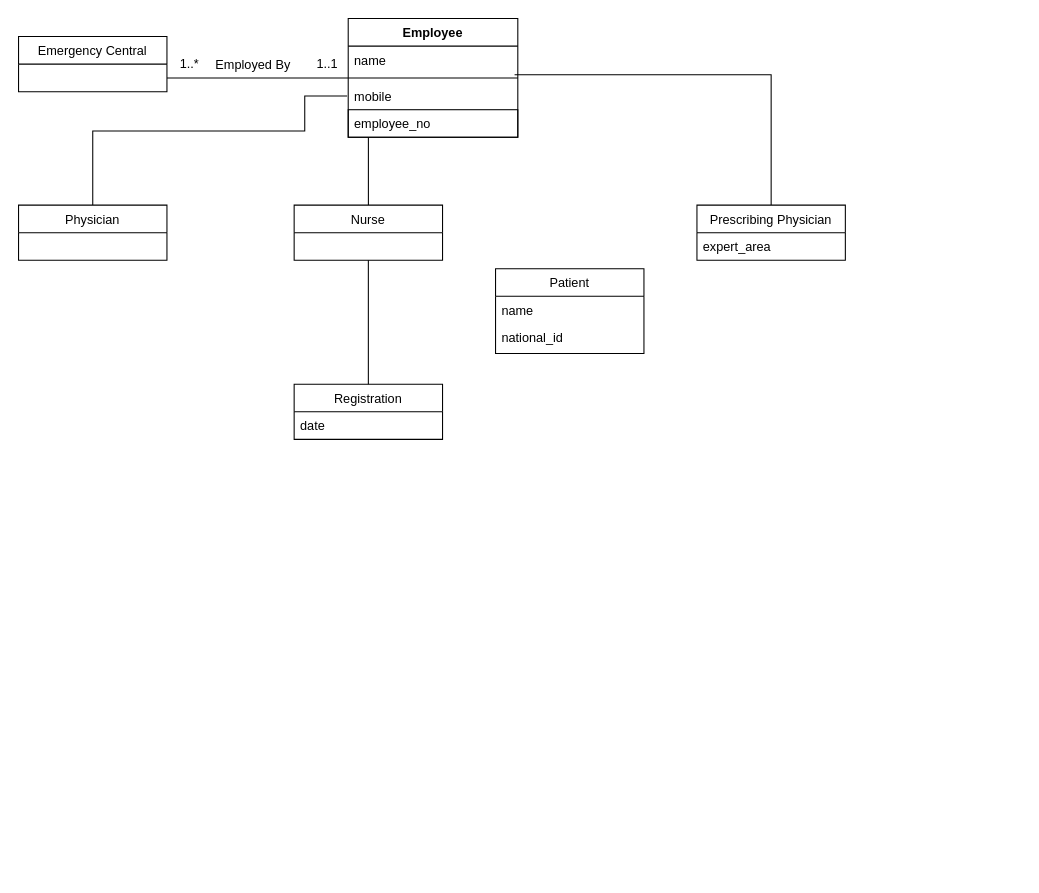
kestersimm/drawio keeps this draw.io diagram as mod-t-2.drawio. Above is the earlier version. Source tidied: cells renumbered, new cells numbered last; positions are measured from the earlier drawing's top-left corner, leaving out a move shared by most shapes. Both pictures are drawn from the tidied source at 106%, with x=0, y=0 at pixel (18, 18).
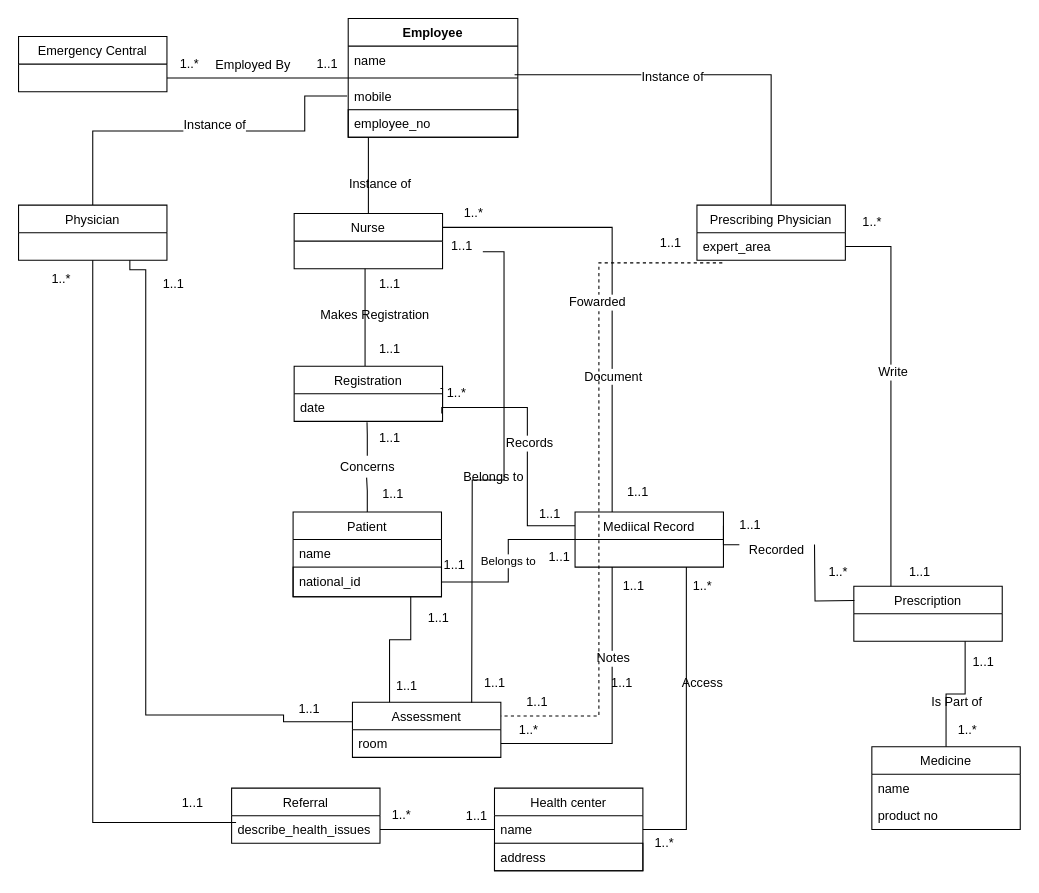
Above is the later version.

Unchanged cells that the change refers to:
```xml
<mxCell id="12" style="edgeStyle=orthogonalEdgeStyle;rounded=0;jettySize=auto;html=1;endArrow=none;endFill=0;" parent="1" edge="1" source="13">
  <mxGeometry relative="1" as="geometry">
    <mxPoint x="310" y="73" as="targetPoint" />
    <Array as="points">
      <mxPoint x="70" y="106" />
      <mxPoint x="270" y="106" />
      <mxPoint x="270" y="73" />
    </Array>
  </mxGeometry>
</mxCell>
<mxCell id="13" value="Physician" style="swimlane;fontStyle=0;horizontal=1;startSize=26;fillColor=none;strokeColor=#000000;" parent="1" vertex="1">
  <mxGeometry y="176" width="140" height="52" as="geometry" />
</mxCell>
<mxCell id="17" style="edgeStyle=orthogonalEdgeStyle;rounded=0;jettySize=auto;html=1;exitX=0.5;exitY=0;exitDx=0;exitDy=0;entryX=0.981;entryY=-0.269;entryDx=0;entryDy=0;endArrow=none;endFill=0;entryPerimeter=0;" parent="1" edge="1" source="18" target="6">
  <mxGeometry relative="1" as="geometry" />
</mxCell>
<mxCell id="19" value="expert_area" style="text;strokeColor=none;fillColor=none;align=left;verticalAlign=top;spacingLeft=4;spacingRight=4;overflow=hidden;points=[[0,0.5],[1,0.5]];portConstraint=eastwest;" parent="18" vertex="1">
  <mxGeometry y="26" width="140" height="26" as="geometry" />
</mxCell>
<mxCell id="21" value="date" style="text;strokeColor=none;fillColor=none;align=left;verticalAlign=top;spacingLeft=4;spacingRight=4;overflow=hidden;points=[[0,0.5],[1,0.5]];portConstraint=eastwest;" parent="20" vertex="1">
  <mxGeometry y="26" width="140" height="26" as="geometry" />
</mxCell>
```

What changed in the source:
```diff
@@
+    <mxCell id="25" value="Instance of" style="text;html=1;align=center;verticalAlign=middle;labelBackgroundColor=#ffffff;" parent="12" vertex="1">
+      <mxGeometry x="0.07" y="6" relative="1" as="geometry" />
+    </mxCell>
+    <mxCell id="26" style="edgeStyle=orthogonalEdgeStyle;rounded=0;jettySize=auto;html=1;exitX=0.75;exitY=1;exitDx=0;exitDy=0;entryX=0;entryY=0.5;entryDx=0;entryDy=0;endArrow=none;endFill=0;" parent="1" edge="1" source="13">
+      <mxGeometry relative="1" as="geometry">
+        <mxPoint x="314.6" y="663.4" as="targetPoint" />
+        <Array as="points">
+          <mxPoint x="105" y="237" />
+          <mxPoint x="120" y="237" />
+          <mxPoint x="120" y="657" />
+          <mxPoint x="250" y="657" />
+          <mxPoint x="250" y="663" />
+        </Array>
+      </mxGeometry>
+    </mxCell>
+    <mxCell id="27" value="1..1" style="text;html=1;align=center;verticalAlign=middle;labelBackgroundColor=#ffffff;" parent="26" vertex="1">
+      <mxGeometry x="0.84" y="8" relative="1" as="geometry">
+        <mxPoint x="11" y="-4" as="offset" />
+      </mxGeometry>
+    </mxCell>
+    <mxCell id="28" style="edgeStyle=orthogonalEdgeStyle;rounded=0;jettySize=auto;html=1;exitX=0.5;exitY=1;exitDx=0;exitDy=0;entryX=0.03;entryY=0.247;entryDx=0;entryDy=0;entryPerimeter=0;endArrow=none;endFill=0;" parent="1" edge="1" source="13" target="50">
+      <mxGeometry relative="1" as="geometry" />
+    </mxCell>
@@
-    <mxCell id="15" style="edgeStyle=orthogonalEdgeStyle;rounded=0;jettySize=auto;html=1;exitX=0.5;exitY=1;exitDx=0;exitDy=0;entryX=0.5;entryY=0;entryDx=0;entryDy=0;endArrow=none;endFill=0;" parent="1" edge="1" source="16" target="20">
-      <mxGeometry relative="1" as="geometry" />
+    <mxCell id="15" style="edgeStyle=orthogonalEdgeStyle;rounded=0;orthogonalLoop=1;jettySize=auto;html=1;exitX=0.5;exitY=1;exitDx=0;exitDy=0;entryX=0.5;entryY=0;entryDx=0;entryDy=0;endArrow=none;endFill=0;" parent="1" edge="1">
+      <mxGeometry relative="1" as="geometry">
+        <mxPoint x="326.9" y="236.1" as="sourcePoint" />
+        <mxPoint x="326.9" y="327.8" as="targetPoint" />
+      </mxGeometry>
     </mxCell>
+    <mxCell id="29" style="edgeStyle=orthogonalEdgeStyle;rounded=0;jettySize=auto;html=1;exitX=1;exitY=0.75;exitDx=0;exitDy=0;entryX=0.75;entryY=0;entryDx=0;entryDy=0;endArrow=none;endFill=0;" parent="1" edge="1" source="68">
+      <mxGeometry relative="1" as="geometry">
+        <mxPoint x="427.5" y="645.5" as="targetPoint" />
+      </mxGeometry>
+    </mxCell>
+    <mxCell id="30" style="edgeStyle=orthogonalEdgeStyle;rounded=0;jettySize=auto;html=1;exitX=1;exitY=0.25;exitDx=0;exitDy=0;entryX=0.25;entryY=0;entryDx=0;entryDy=0;endArrow=none;endFill=0;" parent="1" edge="1" source="16" target="58">
+      <mxGeometry relative="1" as="geometry" />
+    </mxCell>
+    <mxCell id="31" value="Document" style="text;html=1;align=center;verticalAlign=middle;labelBackgroundColor=#ffffff;" parent="30" vertex="1">
+      <mxGeometry x="0.4" relative="1" as="geometry" />
+    </mxCell>
     <mxCell id="16" value="Nurse" style="swimlane;fontStyle=0;horizontal=1;startSize=26;fillColor=none;strokeColor=#000000;" parent="1" vertex="1">
-      <mxGeometry x="260" y="176" width="140" height="52" as="geometry" />
+      <mxGeometry x="260" y="184" width="140" height="52" as="geometry" />
     </mxCell>
@@
+    <mxCell id="32" value="Instance of" style="text;html=1;align=center;verticalAlign=middle;labelBackgroundColor=#ffffff;" parent="17" vertex="1">
+      <mxGeometry x="0.19" y="1" relative="1" as="geometry" />
+    </mxCell>
@@
     <mxCell id="20" value="Registration" style="swimlane;fontStyle=0;horizontal=1;startSize=26;fillColor=none;" parent="1" vertex="1">
-      <mxGeometry x="260" y="345" width="140" height="52" as="geometry" />
+      <mxGeometry x="260" y="328" width="140" height="52" as="geometry" />
     </mxCell>
@@
+    <mxCell id="33" style="edgeStyle=orthogonalEdgeStyle;rounded=0;jettySize=auto;html=1;entryX=0.491;entryY=1.029;entryDx=0;entryDy=0;entryPerimeter=0;endArrow=none;endFill=0;" parent="1" edge="1" source="37" target="21">
+      <mxGeometry relative="1" as="geometry" />
+    </mxCell>
     <mxCell id="22" value="Patient" style="swimlane;fontStyle=0;horizontal=1;startSize=26;fillColor=none;" parent="1" vertex="1">
-      <mxGeometry x="450" y="236" width="140" height="80" as="geometry" />
+      <mxGeometry x="259" y="465.5" width="140" height="80" as="geometry" />
     </mxCell>
@@
-    <mxCell id="24" value="national_id" style="text;strokeColor=none;fillColor=none;align=left;verticalAlign=top;spacingLeft=4;spacingRight=4;overflow=hidden;points=[[0,0.5],[1,0.5]];portConstraint=eastwest;" parent="22" vertex="1">
+    <mxCell id="24" value="national_id" style="text;strokeColor=#000000;fillColor=none;align=left;verticalAlign=top;spacingLeft=4;spacingRight=4;overflow=hidden;points=[[0,0.5],[1,0.5]];portConstraint=eastwest;" parent="22" vertex="1">
       <mxGeometry y="52" width="140" height="28" as="geometry" />
     </mxCell>
+    <mxCell id="34" value="Makes Registration" style="text;html=1;align=center;verticalAlign=middle;" parent="1" vertex="1">
+      <mxGeometry x="276" y="270" width="120" height="20" as="geometry" />
+    </mxCell>
+    <mxCell id="35" value="1..1" style="text;html=1;align=center;verticalAlign=middle;" parent="1" vertex="1">
+      <mxGeometry x="330" y="302" width="40" height="20" as="geometry" />
+    </mxCell>
+    <mxCell id="36" value="1..1" style="text;html=1;align=center;verticalAlign=middle;" parent="1" vertex="1">
+      <mxGeometry x="330" y="241" width="40" height="20" as="geometry" />
+    </mxCell>
+    <mxCell id="37" value="Concerns" style="text;html=1;align=center;verticalAlign=middle;points=[];" parent="1" vertex="1">
+      <mxGeometry x="294" y="412.5" width="70" height="20" as="geometry" />
+    </mxCell>
+    <mxCell id="38" style="edgeStyle=orthogonalEdgeStyle;rounded=0;jettySize=auto;html=1;entryX=0.491;entryY=1.029;entryDx=0;entryDy=0;entryPerimeter=0;endArrow=none;endFill=0;" parent="1" edge="1" source="22" target="37">
+      <mxGeometry relative="1" as="geometry" />
+    </mxCell>
+    <mxCell id="39" value="1..1" style="text;html=1;align=center;verticalAlign=middle;" parent="1" vertex="1">
+      <mxGeometry x="330" y="386" width="40" height="20" as="geometry" />
+    </mxCell>
+    <mxCell id="40" value="1..1" style="text;html=1;align=center;verticalAlign=middle;" parent="1" vertex="1">
+      <mxGeometry x="333" y="439" width="40" height="20" as="geometry" />
+    </mxCell>
+    <mxCell id="41" style="edgeStyle=orthogonalEdgeStyle;rounded=0;jettySize=auto;html=1;exitX=0.25;exitY=0;exitDx=0;exitDy=0;endArrow=none;endFill=0;" parent="1" edge="1" source="43" target="24">
+      <mxGeometry relative="1" as="geometry">
+        <Array as="points">
+          <mxPoint x="370" y="586" />
+        </Array>
+      </mxGeometry>
+    </mxCell>
+    <mxCell id="42" value="1..1" style="text;html=1;align=center;verticalAlign=middle;labelBackgroundColor=#ffffff;" parent="41" vertex="1">
+      <mxGeometry x="0.02" y="-34" relative="1" as="geometry">
+        <mxPoint x="13" y="9" as="offset" />
+      </mxGeometry>
+    </mxCell>
+    <mxCell id="43" value="Assessment" style="swimlane;fontStyle=0;horizontal=1;startSize=26;fillColor=none;" parent="1" vertex="1">
+      <mxGeometry x="315" y="645" width="140" height="52" as="geometry" />
+    </mxCell>
+    <mxCell id="44" value="room" style="text;strokeColor=none;fillColor=none;align=left;verticalAlign=top;spacingLeft=4;spacingRight=4;overflow=hidden;points=[[0,0.5],[1,0.5]];portConstraint=eastwest;" parent="43" vertex="1">
+      <mxGeometry y="26" width="140" height="26" as="geometry" />
+    </mxCell>
+    <mxCell id="45" value="1..1" style="text;html=1;align=center;verticalAlign=middle;" parent="1" vertex="1">
+      <mxGeometry x="429" y="617" width="40" height="20" as="geometry" />
+    </mxCell>
+    <mxCell id="46" value="1..1" style="text;html=1;align=center;verticalAlign=middle;" parent="1" vertex="1">
+      <mxGeometry x="549" y="617" width="40" height="20" as="geometry" />
+    </mxCell>
+    <mxCell id="47" value="1..1" style="text;html=1;align=center;verticalAlign=middle;" parent="1" vertex="1">
+      <mxGeometry x="376" y="556" width="40" height="20" as="geometry" />
+    </mxCell>
+    <mxCell id="48" value="1..1" style="text;html=1;align=center;verticalAlign=middle;" parent="1" vertex="1">
+      <mxGeometry x="126" y="241" width="40" height="20" as="geometry" />
+    </mxCell>
+    <mxCell id="49" value="Referral" style="swimlane;fontStyle=0;horizontal=1;startSize=26;fillColor=none;" parent="1" vertex="1">
+      <mxGeometry x="201" y="726" width="140" height="52" as="geometry" />
+    </mxCell>
+    <mxCell id="50" value="describe_health_issues" style="text;strokeColor=none;fillColor=none;align=left;verticalAlign=top;spacingLeft=4;spacingRight=4;overflow=hidden;points=[[0,0.5],[1,0.5]];portConstraint=eastwest;" parent="49" vertex="1">
+      <mxGeometry y="26" width="140" height="26" as="geometry" />
+    </mxCell>
+    <mxCell id="51" value="1..*" style="text;html=1;align=center;verticalAlign=middle;" parent="1" vertex="1">
+      <mxGeometry x="25" y="236" width="30" height="20" as="geometry" />
+    </mxCell>
+    <mxCell id="52" value="1..1" style="text;html=1;align=center;verticalAlign=middle;" parent="1" vertex="1">
+      <mxGeometry x="144" y="730" width="40" height="20" as="geometry" />
+    </mxCell>
+    <mxCell id="53" value="Health center" style="swimlane;fontStyle=0;horizontal=1;startSize=26;fillColor=none;" parent="1" vertex="1">
+      <mxGeometry x="449" y="726" width="140" height="78" as="geometry" />
+    </mxCell>
+    <mxCell id="54" value="name" style="text;strokeColor=none;fillColor=none;align=left;verticalAlign=top;spacingLeft=4;spacingRight=4;overflow=hidden;points=[[0,0.5],[1,0.5]];portConstraint=eastwest;" parent="53" vertex="1">
+      <mxGeometry y="26" width="140" height="26" as="geometry" />
+    </mxCell>
+    <mxCell id="55" value="address" style="text;strokeColor=#000000;fillColor=none;align=left;verticalAlign=top;spacingLeft=4;spacingRight=4;overflow=hidden;" parent="53" vertex="1">
+      <mxGeometry y="52" width="140" height="26" as="geometry" />
+    </mxCell>
+    <mxCell id="56" style="edgeStyle=orthogonalEdgeStyle;rounded=0;jettySize=auto;html=1;exitX=0;exitY=0.25;exitDx=0;exitDy=0;entryX=1;entryY=0.5;entryDx=0;entryDy=0;endArrow=none;endFill=0;" parent="1" edge="1" source="63" target="21">
+      <mxGeometry relative="1" as="geometry" />
+    </mxCell>
+    <mxCell id="57" style="edgeStyle=orthogonalEdgeStyle;rounded=0;jettySize=auto;html=1;exitX=0.75;exitY=1;exitDx=0;exitDy=0;entryX=1;entryY=0.5;entryDx=0;entryDy=0;endArrow=none;endFill=0;" parent="1" edge="1" source="58" target="54">
+      <mxGeometry relative="1" as="geometry" />
+    </mxCell>
+    <mxCell id="58" value="Mediical Record" style="swimlane;fontStyle=0;horizontal=1;startSize=26;fillColor=none;" parent="1" vertex="1">
+      <mxGeometry x="525" y="465.5" width="140" height="52" as="geometry" />
+    </mxCell>
+    <mxCell id="59" style="edgeStyle=orthogonalEdgeStyle;rounded=0;jettySize=auto;html=1;endArrow=none;endFill=0;entryX=0.25;entryY=1;entryDx=0;entryDy=0;" parent="1" edge="1" source="44" target="58">
+      <mxGeometry relative="1" as="geometry" />
+    </mxCell>
+    <mxCell id="60" value="Notes" style="text;html=1;align=center;verticalAlign=middle;labelBackgroundColor=#ffffff;" parent="59" vertex="1">
+      <mxGeometry x="0.37" y="-11" relative="1" as="geometry">
+        <mxPoint x="-11" as="offset" />
+      </mxGeometry>
+    </mxCell>
+    <mxCell id="61" value="Belongs to" style="text;html=1;align=center;verticalAlign=middle;" parent="1" vertex="1">
+      <mxGeometry x="413" y="422.5" width="70" height="20" as="geometry" />
+    </mxCell>
+    <mxCell id="62" value="1..1" style="text;html=1;align=center;verticalAlign=middle;" parent="1" vertex="1">
+      <mxGeometry x="481" y="458" width="40" height="20" as="geometry" />
+    </mxCell>
+    <mxCell id="63" value="1..*" style="text;html=1;align=center;verticalAlign=middle;points=[];" parent="1" vertex="1">
+      <mxGeometry x="398" y="344" width="30" height="20" as="geometry" />
+    </mxCell>
+    <mxCell id="64" style="edgeStyle=orthogonalEdgeStyle;rounded=0;jettySize=auto;html=1;exitX=0;exitY=0.25;exitDx=0;exitDy=0;entryX=0.043;entryY=1.426;entryDx=0;entryDy=0;endArrow=none;endFill=0;entryPerimeter=0;" parent="1" edge="1" source="58" target="63">
+      <mxGeometry relative="1" as="geometry">
+        <Array as="points">
+          <mxPoint x="480" y="478" />
+          <mxPoint x="480" y="367" />
+          <mxPoint x="399" y="367" />
+        </Array>
+      </mxGeometry>
+    </mxCell>
+    <mxCell id="65" value="Records" style="text;html=1;align=center;verticalAlign=middle;labelBackgroundColor=#ffffff;" parent="64" vertex="1">
+      <mxGeometry x="0.01" y="-1" relative="1" as="geometry" />
+    </mxCell>
+    <mxCell id="66" value="1..*" style="text;html=1;align=center;verticalAlign=middle;" parent="1" vertex="1">
+      <mxGeometry x="466" y="661" width="30" height="20" as="geometry" />
+    </mxCell>
+    <mxCell id="67" value="1..1" style="text;html=1;align=center;verticalAlign=middle;" parent="1" vertex="1">
+      <mxGeometry x="560" y="525.5" width="40" height="20" as="geometry" />
+    </mxCell>
+    <mxCell id="68" value="1..1" style="text;html=1;align=center;verticalAlign=middle;points=[];" parent="1" vertex="1">
+      <mxGeometry x="398" y="205" width="40" height="20" as="geometry" />
+    </mxCell>
+    <mxCell id="69" value="1..*" style="text;html=1;align=center;verticalAlign=middle;" parent="1" vertex="1">
+      <mxGeometry x="414" y="174" width="30" height="20" as="geometry" />
+    </mxCell>
+    <mxCell id="70" value="1..1" style="text;html=1;align=center;verticalAlign=middle;" parent="1" vertex="1">
+      <mxGeometry x="564" y="437" width="40" height="20" as="geometry" />
+    </mxCell>
+    <mxCell id="71" style="edgeStyle=orthogonalEdgeStyle;rounded=0;jettySize=auto;html=1;entryX=0;entryY=0.5;entryDx=0;entryDy=0;endArrow=none;endFill=0;" parent="1" edge="1" source="50" target="54">
+      <mxGeometry relative="1" as="geometry" />
+    </mxCell>
+    <mxCell id="72" value="1..*" style="text;html=1;align=center;verticalAlign=middle;" parent="1" vertex="1">
+      <mxGeometry x="346" y="742" width="30" height="20" as="geometry" />
+    </mxCell>
+    <mxCell id="73" value="1..1" style="text;html=1;align=center;verticalAlign=middle;" parent="1" vertex="1">
+      <mxGeometry x="412" y="743" width="40" height="20" as="geometry" />
+    </mxCell>
+    <mxCell id="74" value="Access" style="text;html=1;align=center;verticalAlign=middle;" parent="1" vertex="1">
+      <mxGeometry x="620" y="617" width="50" height="20" as="geometry" />
+    </mxCell>
+    <mxCell id="75" value="1..*" style="text;html=1;align=center;verticalAlign=middle;" parent="1" vertex="1">
+      <mxGeometry x="630" y="525.5" width="30" height="20" as="geometry" />
+    </mxCell>
+    <mxCell id="76" value="1..*" style="text;html=1;align=center;verticalAlign=middle;" parent="1" vertex="1">
+      <mxGeometry x="594" y="768" width="30" height="20" as="geometry" />
+    </mxCell>
+    <mxCell id="77" value="Instance of" style="text;html=1;align=center;verticalAlign=middle;" parent="1" vertex="1">
+      <mxGeometry x="306" y="146" width="70" height="20" as="geometry" />
+    </mxCell>
+    <mxCell id="78" style="edgeStyle=orthogonalEdgeStyle;rounded=0;jettySize=auto;html=1;exitX=0.25;exitY=0;exitDx=0;exitDy=0;endArrow=none;endFill=0;" parent="1" edge="1" source="81" target="19">
+      <mxGeometry relative="1" as="geometry" />
+    </mxCell>
+    <mxCell id="79" value="Write" style="text;html=1;align=center;verticalAlign=middle;labelBackgroundColor=#ffffff;" parent="78" vertex="1">
+      <mxGeometry x="0.11" y="-1" relative="1" as="geometry" />
+    </mxCell>
+    <mxCell id="80" style="edgeStyle=orthogonalEdgeStyle;rounded=0;jettySize=auto;html=1;exitX=0;exitY=0.25;exitDx=0;exitDy=0;entryX=1;entryY=0.25;entryDx=0;entryDy=0;endArrow=none;endFill=0;" parent="1" edge="1" source="91" target="58">
+      <mxGeometry relative="1" as="geometry" />
+    </mxCell>
+    <mxCell id="81" value="Prescription" style="swimlane;fontStyle=0;horizontal=1;startSize=26;fillColor=none;" parent="1" vertex="1">
+      <mxGeometry x="788" y="535.5" width="140" height="52" as="geometry" />
+    </mxCell>
+    <mxCell id="82" value="1..*" style="text;html=1;align=center;verticalAlign=middle;" parent="1" vertex="1">
+      <mxGeometry x="790" y="182" width="30" height="20" as="geometry" />
+    </mxCell>
+    <mxCell id="83" value="1..1" style="text;html=1;align=center;verticalAlign=middle;" parent="1" vertex="1">
+      <mxGeometry x="830" y="511.5" width="40" height="20" as="geometry" />
+    </mxCell>
+    <mxCell id="84" style="edgeStyle=orthogonalEdgeStyle;rounded=0;jettySize=auto;html=1;exitX=0.5;exitY=0;exitDx=0;exitDy=0;entryX=0.75;entryY=1;entryDx=0;entryDy=0;endArrow=none;endFill=0;" parent="1" edge="1" source="85" target="81">
+      <mxGeometry relative="1" as="geometry" />
+    </mxCell>
+    <mxCell id="85" value="Medicine" style="swimlane;fontStyle=0;horizontal=1;startSize=26;fillColor=none;" parent="1" vertex="1">
+      <mxGeometry x="805" y="687" width="140" height="78" as="geometry" />
+    </mxCell>
+    <mxCell id="86" value="name" style="text;strokeColor=none;fillColor=none;align=left;verticalAlign=top;spacingLeft=4;spacingRight=4;overflow=hidden;" parent="85" vertex="1">
+      <mxGeometry y="26" width="140" height="26" as="geometry" />
+    </mxCell>
+    <mxCell id="87" value="product no" style="text;strokeColor=none;fillColor=none;align=left;verticalAlign=top;spacingLeft=4;spacingRight=4;overflow=hidden;" parent="85" vertex="1">
+      <mxGeometry y="52" width="140" height="26" as="geometry" />
+    </mxCell>
+    <mxCell id="88" value="1..*" style="text;html=1;align=center;verticalAlign=middle;" parent="1" vertex="1">
+      <mxGeometry x="880" y="661" width="30" height="20" as="geometry" />
+    </mxCell>
+    <mxCell id="89" value="1..1" style="text;html=1;align=center;verticalAlign=middle;" parent="1" vertex="1">
+      <mxGeometry x="890" y="597" width="40" height="20" as="geometry" />
+    </mxCell>
+    <mxCell id="90" value="Is Part of" style="text;html=1;align=center;verticalAlign=middle;" parent="1" vertex="1">
+      <mxGeometry x="855" y="635" width="60" height="20" as="geometry" />
+    </mxCell>
+    <mxCell id="91" value="Recorded" style="text;html=1;align=center;verticalAlign=middle;points=[];" parent="1" vertex="1">
+      <mxGeometry x="680" y="491.5" width="70" height="20" as="geometry" />
+    </mxCell>
+    <mxCell id="92" style="edgeStyle=orthogonalEdgeStyle;rounded=0;orthogonalLoop=1;jettySize=auto;html=1;exitX=0;exitY=0.25;exitDx=0;exitDy=0;entryX=1;entryY=0.25;entryDx=0;entryDy=0;endArrow=none;endFill=0;" parent="1" edge="1">
+      <mxGeometry relative="1" as="geometry">
+        <mxPoint x="788.5" y="549" as="sourcePoint" />
+        <mxPoint x="750.9" y="496.1" as="targetPoint" />
+      </mxGeometry>
+    </mxCell>
+    <mxCell id="93" value="1..1" style="text;html=1;align=center;verticalAlign=middle;" parent="1" vertex="1">
+      <mxGeometry x="670" y="468" width="40" height="20" as="geometry" />
+    </mxCell>
+    <mxCell id="94" value="1..*" style="text;html=1;align=center;verticalAlign=middle;" parent="1" vertex="1">
+      <mxGeometry x="758" y="511.5" width="30" height="20" as="geometry" />
+    </mxCell>
+    <mxCell id="95" value="Belongs to" style="edgeStyle=orthogonalEdgeStyle;rounded=0;jettySize=auto;html=1;entryX=0;entryY=0.5;entryDx=0;entryDy=0;endArrow=none;endFill=0;" parent="1" edge="1" source="24" target="58">
+      <mxGeometry relative="1" as="geometry" />
+    </mxCell>
+    <mxCell id="96" value="1..1" style="text;html=1;align=center;verticalAlign=middle;" parent="1" vertex="1">
+      <mxGeometry x="490" y="497.5" width="40" height="20" as="geometry" />
+    </mxCell>
+    <mxCell id="97" value="1..1" style="text;html=1;align=center;verticalAlign=middle;" parent="1" vertex="1">
+      <mxGeometry x="391" y="505.5" width="40" height="20" as="geometry" />
+    </mxCell>
+    <mxCell id="98" style="edgeStyle=orthogonalEdgeStyle;rounded=0;jettySize=auto;html=1;entryX=1;entryY=0.25;entryDx=0;entryDy=0;endArrow=none;endFill=0;exitX=0.171;exitY=1.097;exitDx=0;exitDy=0;exitPerimeter=0;dashed=1;" parent="1" edge="1" source="19" target="43">
+      <mxGeometry relative="1" as="geometry" />
+    </mxCell>
+    <mxCell id="99" value="Fowarded" style="text;html=1;align=center;verticalAlign=middle;labelBackgroundColor=#ffffff;" parent="98" vertex="1">
+      <mxGeometry x="-0.63" y="35" relative="1" as="geometry">
+        <mxPoint x="-37" y="35" as="offset" />
+      </mxGeometry>
+    </mxCell>
+    <mxCell id="100" value="1..1" style="text;html=1;align=center;verticalAlign=middle;" parent="1" vertex="1">
+      <mxGeometry x="595" y="202" width="40" height="20" as="geometry" />
+    </mxCell>
+    <mxCell id="101" value="1..1" style="text;html=1;align=center;verticalAlign=middle;" parent="1" vertex="1">
+      <mxGeometry x="469" y="635" width="40" height="20" as="geometry" />
+    </mxCell>
```
